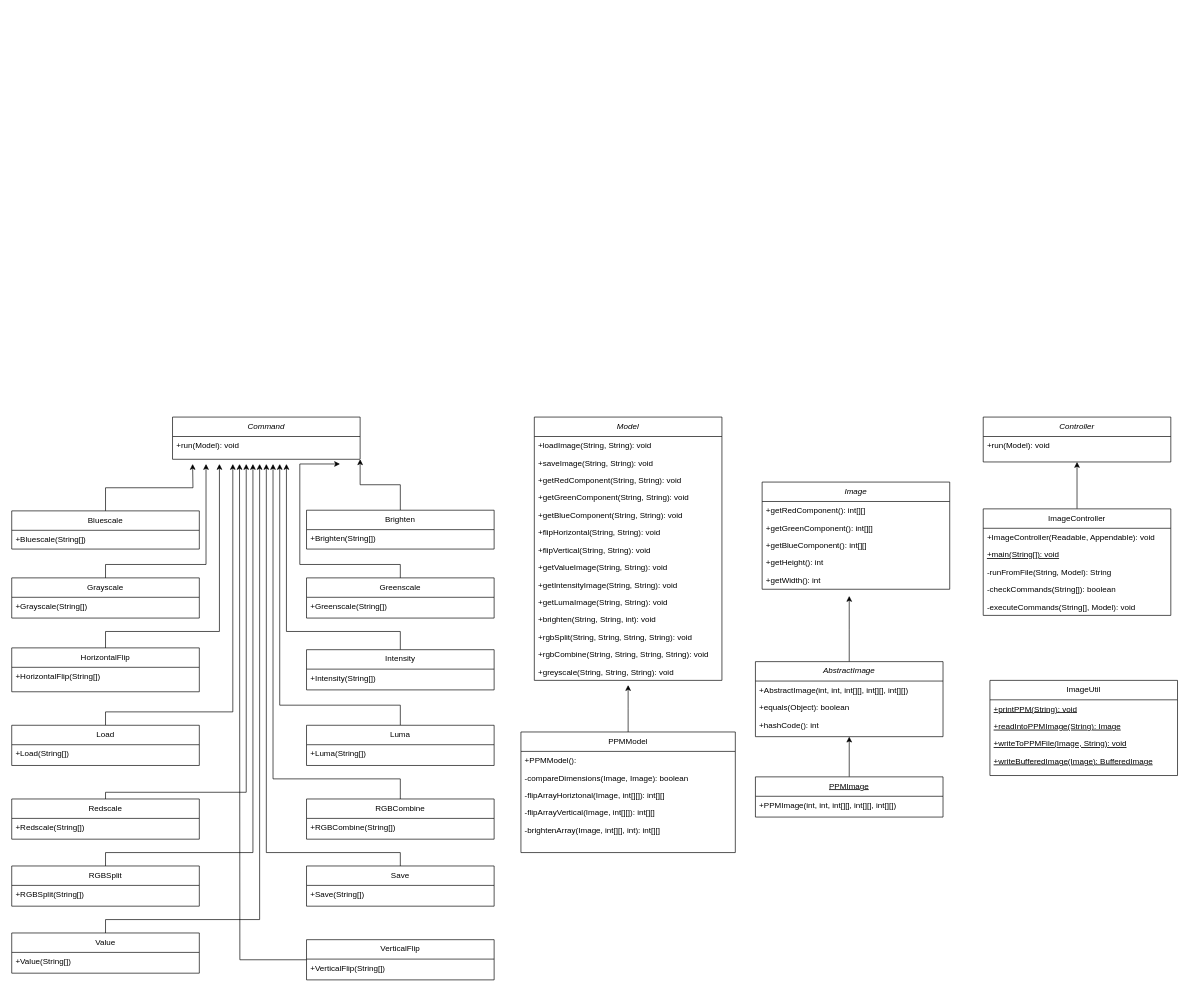
Earlier version of the draw.io diagram XML Diagram.drawio (Brian-T-Horner/CS5010-Assignment4). Source tidied: cells renumbered, new cells numbered last; positions are measured from the earlier drawing's top-left corner, leaving out a move shared by most shapes. Both pictures are drawn from the tidied source at 67%, with x=0, y=0 at pixel (11, 417).
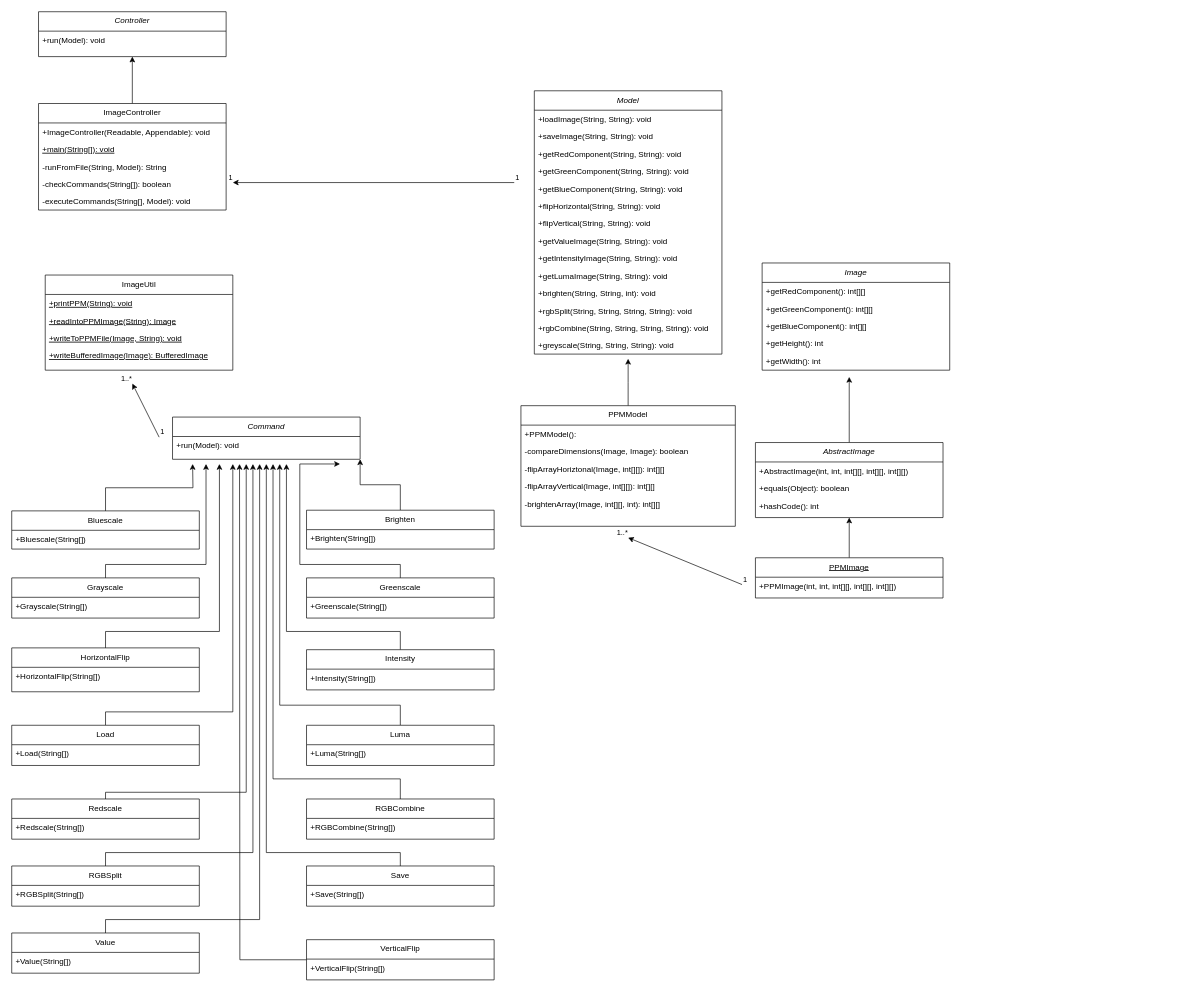
The same page after the edit.

Commit message:
Added association arrows

Change to the diagram source:
```diff
@@
     <mxCell id="2" value="Model" style="swimlane;fontStyle=2;align=center;verticalAlign=top;horizontal=1;startSize=29;rounded=0;shadow=0;strokeWidth=1;" parent="1" vertex="1">
-      <mxGeometry x="780" width="280" height="393" as="geometry" />
+      <mxGeometry x="780" y="-487" width="280" height="393" as="geometry" />
     </mxCell>
@@
     <mxCell id="17" style="edgeStyle=orthogonalEdgeStyle;rounded=0;jettySize=auto;html=1;exitX=0.5;exitY=0;exitDx=0;exitDy=0;" parent="1" edge="1" source="18">
       <mxGeometry relative="1" as="geometry">
-        <mxPoint x="920" y="400" as="targetPoint" />
+        <mxPoint x="920" y="-87" as="targetPoint" />
       </mxGeometry>
     </mxCell>
     <mxCell id="18" value="PPMModel" style="swimlane;fontStyle=0;align=center;verticalAlign=top;horizontal=1;startSize=29;rounded=0;shadow=0;strokeWidth=1;" parent="1" vertex="1">
-      <mxGeometry x="760" y="470" width="320" height="180" as="geometry" />
+      <mxGeometry x="760" y="-17" width="320" height="180" as="geometry" />
     </mxCell>
@@
     <mxCell id="24" value="Image" style="swimlane;fontStyle=2;align=center;verticalAlign=top;horizontal=1;startSize=29;rounded=0;shadow=0;strokeWidth=1;" parent="1" vertex="1">
-      <mxGeometry x="1120" y="97" width="280" height="160" as="geometry" />
+      <mxGeometry x="1120" y="-230" width="280" height="160" as="geometry" />
     </mxCell>
@@
     <mxCell id="30" style="edgeStyle=orthogonalEdgeStyle;rounded=0;jettySize=auto;html=1;exitX=0.5;exitY=0;exitDx=0;exitDy=0;" parent="1" edge="1" source="31">
       <mxGeometry relative="1" as="geometry">
-        <mxPoint x="1250" y="267" as="targetPoint" />
+        <mxPoint x="1250" y="-60" as="targetPoint" />
       </mxGeometry>
     </mxCell>
     <mxCell id="31" value="AbstractImage" style="swimlane;fontStyle=2;align=center;verticalAlign=top;horizontal=1;startSize=29;rounded=0;shadow=0;strokeWidth=1;" parent="1" vertex="1">
-      <mxGeometry x="1110" y="365" width="280" height="112" as="geometry" />
+      <mxGeometry x="1110" y="38" width="280" height="112" as="geometry" />
     </mxCell>
@@
     <mxCell id="35" value="Controller" style="swimlane;fontStyle=2;align=center;verticalAlign=top;horizontal=1;startSize=29;rounded=0;shadow=0;strokeWidth=1;" parent="1" vertex="1">
-      <mxGeometry x="1450" width="280" height="67" as="geometry" />
+      <mxGeometry x="40" y="-605" width="280" height="67" as="geometry" />
     </mxCell>
@@
     <mxCell id="38" value="ImageController" style="swimlane;fontStyle=0;align=center;verticalAlign=top;horizontal=1;startSize=29;rounded=0;shadow=0;strokeWidth=1;" parent="1" vertex="1">
-      <mxGeometry x="1450" y="137" width="280" height="159" as="geometry" />
+      <mxGeometry x="40" y="-468" width="280" height="159" as="geometry" />
     </mxCell>
@@
     <mxCell id="45" value="PPMImage" style="swimlane;fontStyle=4;align=center;verticalAlign=top;horizontal=1;startSize=29;rounded=0;shadow=0;strokeWidth=1;" parent="1" vertex="1">
-      <mxGeometry x="1110" y="537" width="280" height="60" as="geometry" />
+      <mxGeometry x="1110" y="210" width="280" height="60" as="geometry" />
     </mxCell>
@@
     <mxCell id="47" value="ImageUtil" style="swimlane;fontStyle=0;align=center;verticalAlign=top;horizontal=1;startSize=29;rounded=0;shadow=0;strokeWidth=1;" parent="1" vertex="1">
-      <mxGeometry x="1460" y="393" width="280" height="142" as="geometry" />
+      <mxGeometry x="50" y="-212" width="280" height="142" as="geometry" />
     </mxCell>
@@
+    <mxCell id="96" style="endArrow=classic;html=1;rounded=0;" parent="1" edge="1">
+      <mxGeometry relative="1" as="geometry">
+        <mxPoint x="750" y="-350" as="sourcePoint" />
+        <mxPoint x="330" y="-350" as="targetPoint" />
+      </mxGeometry>
+    </mxCell>
+    <mxCell id="97" value="1" style="edgeLabel;html=1;align=left;verticalAlign=bottom;" parent="96" vertex="1">
+      <mxGeometry x="-1" relative="1" as="geometry" />
+    </mxCell>
+    <mxCell id="98" value="1" style="edgeLabel;html=1;align=right;verticalAlign=bottom;" parent="96" vertex="1">
+      <mxGeometry x="1" relative="1" as="geometry" />
+    </mxCell>
+    <mxCell id="99" style="endArrow=classic;html=1;rounded=0;" parent="1" edge="1">
+      <mxGeometry relative="1" as="geometry">
+        <mxPoint x="1090" y="250" as="sourcePoint" />
+        <mxPoint x="920" y="180" as="targetPoint" />
+      </mxGeometry>
+    </mxCell>
+    <mxCell id="100" value="1" style="edgeLabel;html=1;align=left;verticalAlign=bottom;" parent="99" vertex="1">
+      <mxGeometry x="-1" relative="1" as="geometry" />
+    </mxCell>
+    <mxCell id="101" value="1..*" style="edgeLabel;html=1;align=right;verticalAlign=bottom;" parent="99" vertex="1">
+      <mxGeometry x="1" relative="1" as="geometry" />
+    </mxCell>
+    <mxCell id="102" style="endArrow=classic;html=1;rounded=0;" parent="1" edge="1">
+      <mxGeometry relative="1" as="geometry">
+        <mxPoint x="220" y="30" as="sourcePoint" />
+        <mxPoint x="180" y="-50" as="targetPoint" />
+      </mxGeometry>
+    </mxCell>
+    <mxCell id="103" value="1" style="edgeLabel;html=1;align=left;verticalAlign=bottom;" parent="102" vertex="1">
+      <mxGeometry x="-1" relative="1" as="geometry" />
+    </mxCell>
+    <mxCell id="104" value="1..*" style="edgeLabel;html=1;align=right;verticalAlign=bottom;" parent="102" vertex="1">
+      <mxGeometry x="1" relative="1" as="geometry" />
+    </mxCell>
```
